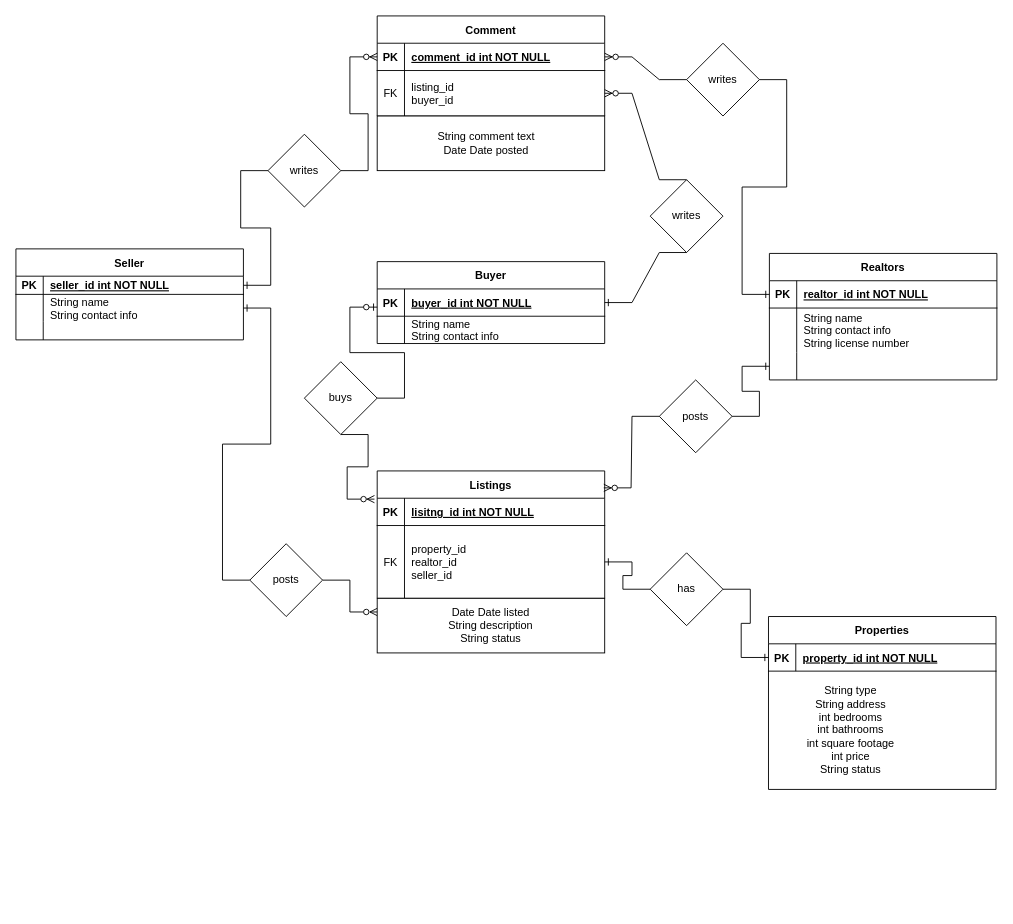
Before: 02/AES230_Dillon_working_copy.drawio in Alli-Garcia/ASE230-Company-website, a draw.io diagram. Source tidied: cells renumbered, new cells numbered last; positions are measured from the earlier drawing's top-left corner, leaving out a move shared by most shapes. Both pictures are drawn from the tidied source at 91%, with x=0, y=0 at pixel (15, -444).
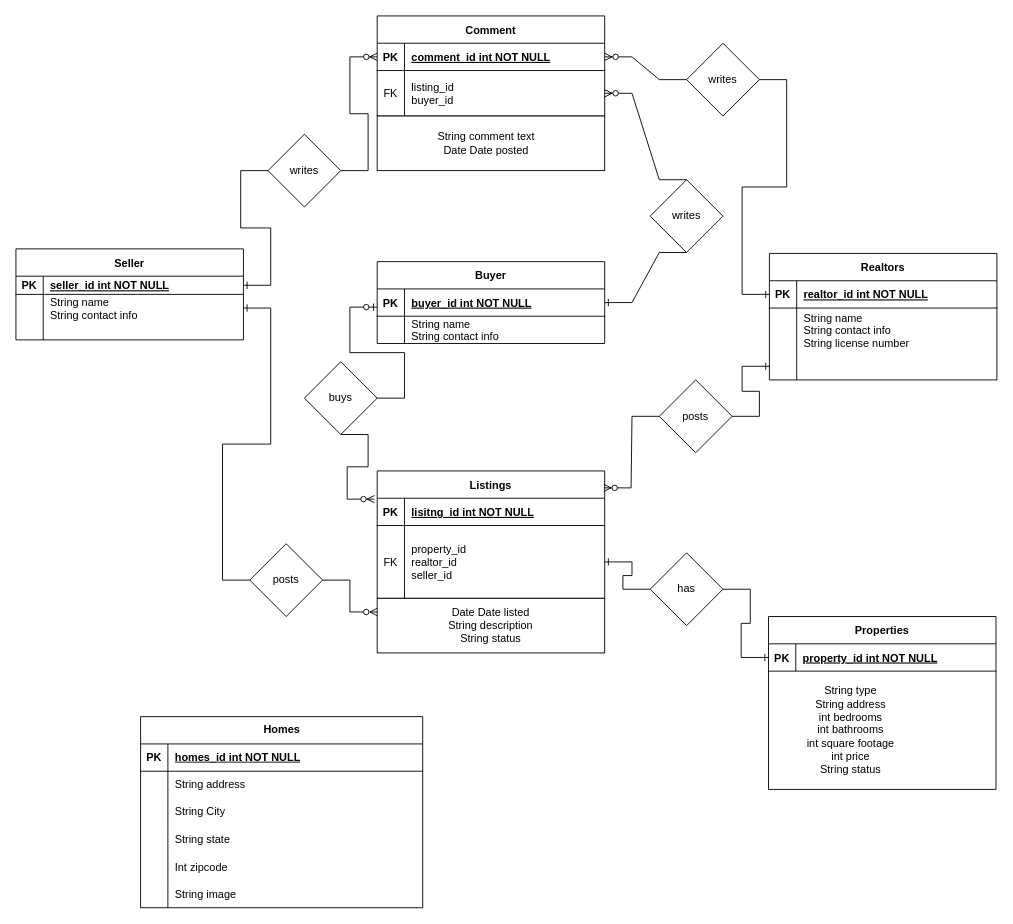
Above is the later version.

What changed in the source:
```diff
@@
+    <mxCell id="74" value="Homes" style="shape=table;startSize=30;childLayout=tableLayout;rowLines=0;fontStyle=1;align=center;html=1;" parent="1" vertex="1">
+      <mxGeometry x="137" y="1275" width="310" height="210" as="geometry" />
+    </mxCell>
+    <mxCell id="75" style="shape=tableRow;horizontal=0;startSize=0;swimlaneHead=0;swimlaneBody=0;fillColor=none;top=0;left=0;right=0;bottom=1;" parent="74" vertex="1">
+      <mxGeometry y="30" width="310" height="30" as="geometry" />
+    </mxCell>
+    <mxCell id="76" value="PK" style="shape=partialRectangle;fillColor=none;top=0;left=0;bottom=0;right=0;fontStyle=1;overflow=hidden;whiteSpace=wrap;html=1;" parent="75" vertex="1">
+      <mxGeometry width="30" height="30" as="geometry" />
+    </mxCell>
+    <mxCell id="77" value="homes_id int NOT NULL" style="shape=partialRectangle;fillColor=none;top=0;left=0;bottom=0;right=0;align=left;spacingLeft=6;fontStyle=5;overflow=hidden;whiteSpace=wrap;html=1;" parent="75" vertex="1">
+      <mxGeometry x="30" width="280" height="30" as="geometry" />
+    </mxCell>
+    <mxCell id="78" style="shape=tableRow;horizontal=0;startSize=0;swimlaneHead=0;swimlaneBody=0;fillColor=none;top=0;left=0;right=0;bottom=0;" parent="74" vertex="1">
+      <mxGeometry y="60" width="310" height="30" as="geometry" />
+    </mxCell>
+    <mxCell id="79" style="shape=partialRectangle;fillColor=none;top=0;left=0;bottom=0;right=0;overflow=hidden;whiteSpace=wrap;html=1;" parent="78" vertex="1">
+      <mxGeometry width="30" height="30" as="geometry" />
+    </mxCell>
+    <mxCell id="80" value="String address" style="shape=partialRectangle;fillColor=none;top=0;left=0;bottom=0;right=0;align=left;spacingLeft=6;overflow=hidden;whiteSpace=wrap;html=1;" parent="78" vertex="1">
+      <mxGeometry x="30" width="280" height="30" as="geometry" />
+    </mxCell>
+    <mxCell id="81" style="shape=tableRow;horizontal=0;startSize=0;swimlaneHead=0;swimlaneBody=0;fillColor=none;top=0;left=0;right=0;bottom=0;" parent="74" vertex="1">
+      <mxGeometry y="90" width="310" height="30" as="geometry" />
+    </mxCell>
+    <mxCell id="82" style="shape=partialRectangle;fillColor=none;top=0;left=0;bottom=0;right=0;overflow=hidden;whiteSpace=wrap;html=1;" parent="81" vertex="1">
+      <mxGeometry width="30" height="30" as="geometry" />
+    </mxCell>
+    <mxCell id="83" value="String City" style="shape=partialRectangle;fillColor=none;top=0;left=0;bottom=0;right=0;align=left;spacingLeft=6;overflow=hidden;whiteSpace=wrap;html=1;" parent="81" vertex="1">
+      <mxGeometry x="30" width="280" height="30" as="geometry" />
+    </mxCell>
+    <mxCell id="84" style="shape=tableRow;horizontal=0;startSize=0;swimlaneHead=0;swimlaneBody=0;fillColor=none;top=0;left=0;right=0;bottom=0;" parent="74" vertex="1">
+      <mxGeometry y="120" width="310" height="30" as="geometry" />
+    </mxCell>
+    <mxCell id="85" style="shape=partialRectangle;fillColor=none;top=0;left=0;bottom=0;right=0;overflow=hidden;whiteSpace=wrap;html=1;" parent="84" vertex="1">
+      <mxGeometry width="30" height="30" as="geometry" />
+    </mxCell>
+    <mxCell id="86" value="String state" style="shape=partialRectangle;fillColor=none;top=0;left=0;bottom=0;right=0;align=left;spacingLeft=6;overflow=hidden;whiteSpace=wrap;html=1;" parent="84" vertex="1">
+      <mxGeometry x="30" width="280" height="30" as="geometry" />
+    </mxCell>
+    <mxCell id="87" style="shape=tableRow;horizontal=0;startSize=0;swimlaneHead=0;swimlaneBody=0;fillColor=none;top=0;left=0;right=0;bottom=0;" parent="74" vertex="1">
+      <mxGeometry y="150" width="310" height="30" as="geometry" />
+    </mxCell>
+    <mxCell id="88" style="shape=partialRectangle;fillColor=none;top=0;left=0;bottom=0;right=0;overflow=hidden;" parent="87" vertex="1">
+      <mxGeometry width="30" height="30" as="geometry" />
+    </mxCell>
+    <mxCell id="89" value="Int zipcode" style="shape=partialRectangle;fillColor=none;top=0;left=0;bottom=0;right=0;align=left;spacingLeft=6;overflow=hidden;" parent="87" vertex="1">
+      <mxGeometry x="30" width="280" height="30" as="geometry" />
+    </mxCell>
+    <mxCell id="90" style="shape=tableRow;horizontal=0;startSize=0;swimlaneHead=0;swimlaneBody=0;fillColor=none;top=0;left=0;right=0;bottom=0;" parent="74" vertex="1">
+      <mxGeometry y="180" width="310" height="30" as="geometry" />
+    </mxCell>
+    <mxCell id="91" style="shape=partialRectangle;fillColor=none;top=0;left=0;bottom=0;right=0;overflow=hidden;" parent="90" vertex="1">
+      <mxGeometry width="30" height="30" as="geometry" />
+    </mxCell>
+    <mxCell id="92" value="String image" style="shape=partialRectangle;fillColor=none;top=0;left=0;bottom=0;right=0;align=left;spacingLeft=6;overflow=hidden;" parent="90" vertex="1">
+      <mxGeometry x="30" width="280" height="30" as="geometry" />
+    </mxCell>
```
